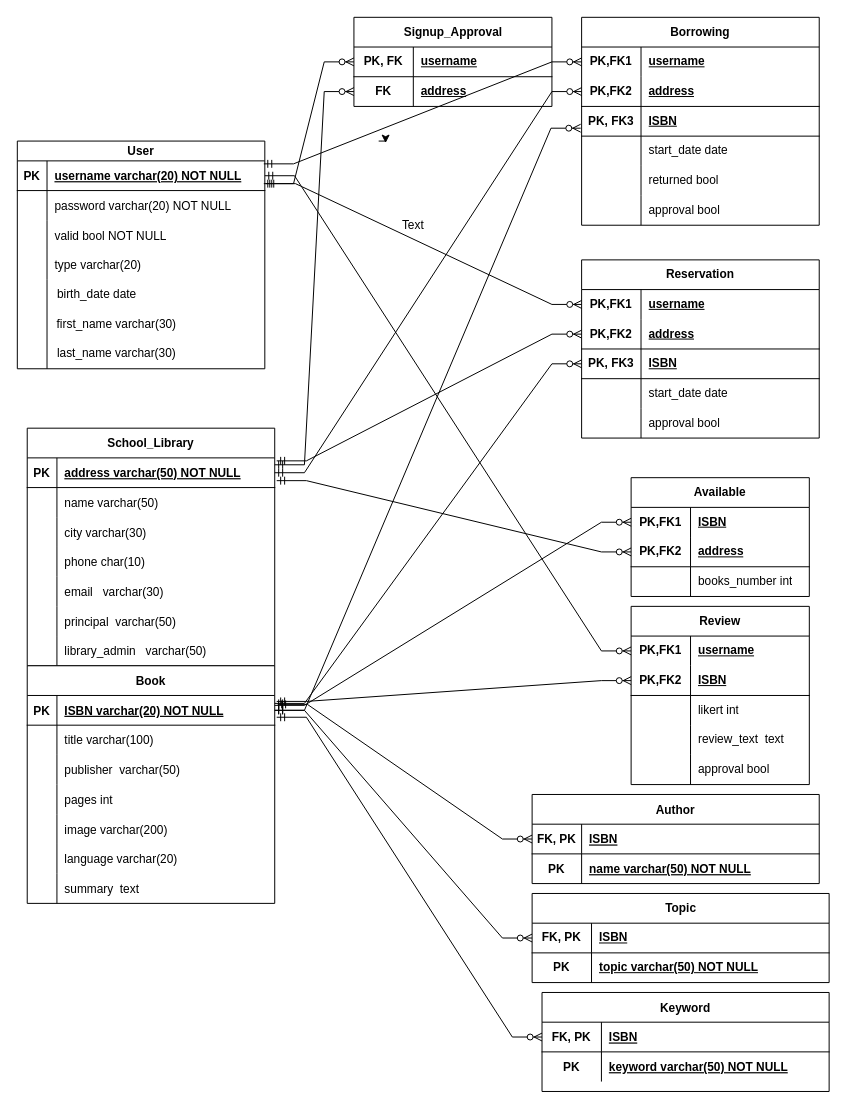
Above: Relational Schema.drawio in ntua-el20069/school-library-app (draw.io), before the change. Source tidied: cells renumbered, new cells numbered last; positions are measured from the earlier drawing's top-left corner, leaving out a move shared by most shapes. Both pictures are drawn from the tidied source at 99%, with x=0, y=0 at pixel (17, 17).
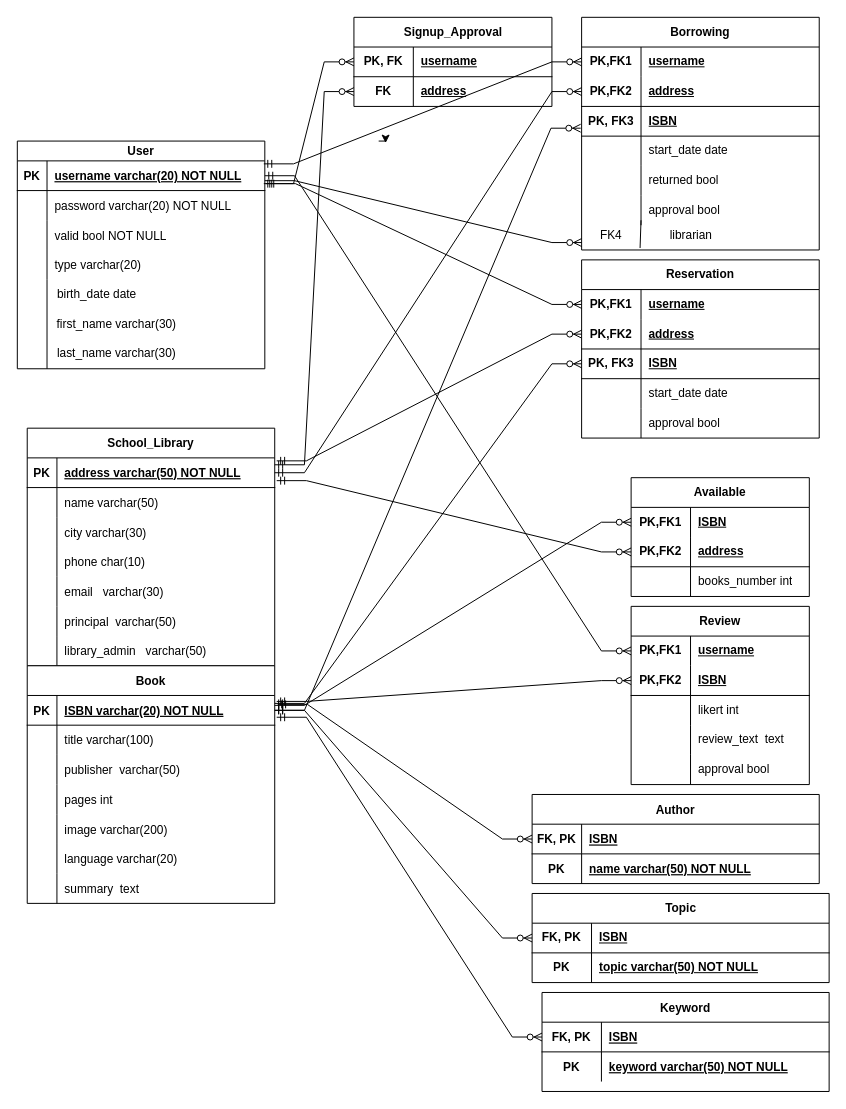
The same diagram, later.

Diff of the diagram source:
```diff
@@
     <mxCell id="83" value="Borrowing" style="shape=table;startSize=30;childLayout=tableLayout;rowLines=0;fontStyle=1;align=center;html=1;whiteSpace=wrap;swimlaneLine=1;" parent="1" vertex="1">
-      <mxGeometry x="570" width="240" height="210" as="geometry" />
+      <mxGeometry x="570" width="240" height="235" as="geometry" />
     </mxCell>
@@
-    <mxCell id="165" value="Text" style="text;html=1;strokeColor=none;fillColor=none;align=center;verticalAlign=middle;whiteSpace=wrap;rounded=0;" parent="1" vertex="1">
-      <mxGeometry x="370" y="195" width="60" height="30" as="geometry" />
+    <mxCell id="165" value="FK4" style="text;html=1;strokeColor=none;fillColor=none;align=center;verticalAlign=middle;whiteSpace=wrap;rounded=0;" parent="1" vertex="1">
+      <mxGeometry x="570" y="205" width="60" height="30" as="geometry" />
     </mxCell>
@@
+    <mxCell id="170" value="librarian&amp;nbsp;" style="text;html=1;strokeColor=none;fillColor=none;align=center;verticalAlign=middle;whiteSpace=wrap;rounded=0;" parent="1" vertex="1">
+      <mxGeometry x="615" y="205" width="135" height="30" as="geometry" />
+    </mxCell>
+    <mxCell id="171" style="edgeStyle=entityRelationEdgeStyle;fontSize=12;html=1;endArrow=ERzeroToMany;endFill=1;rounded=0;entryX=0;entryY=0.75;entryDx=0;entryDy=0;" parent="1" edge="1" target="165">
+      <mxGeometry relative="1" as="geometry">
+        <mxPoint x="250" y="165" as="sourcePoint" />
+      </mxGeometry>
+    </mxCell>
+    <mxCell id="172" style="endArrow=none;html=1;rounded=0;exitX=0.104;exitY=0.933;exitDx=0;exitDy=0;exitPerimeter=0;" parent="1" edge="1" source="170">
+      <mxGeometry relative="1" as="geometry">
+        <mxPoint x="630" y="205" as="targetPoint" />
+      </mxGeometry>
+    </mxCell>
```
